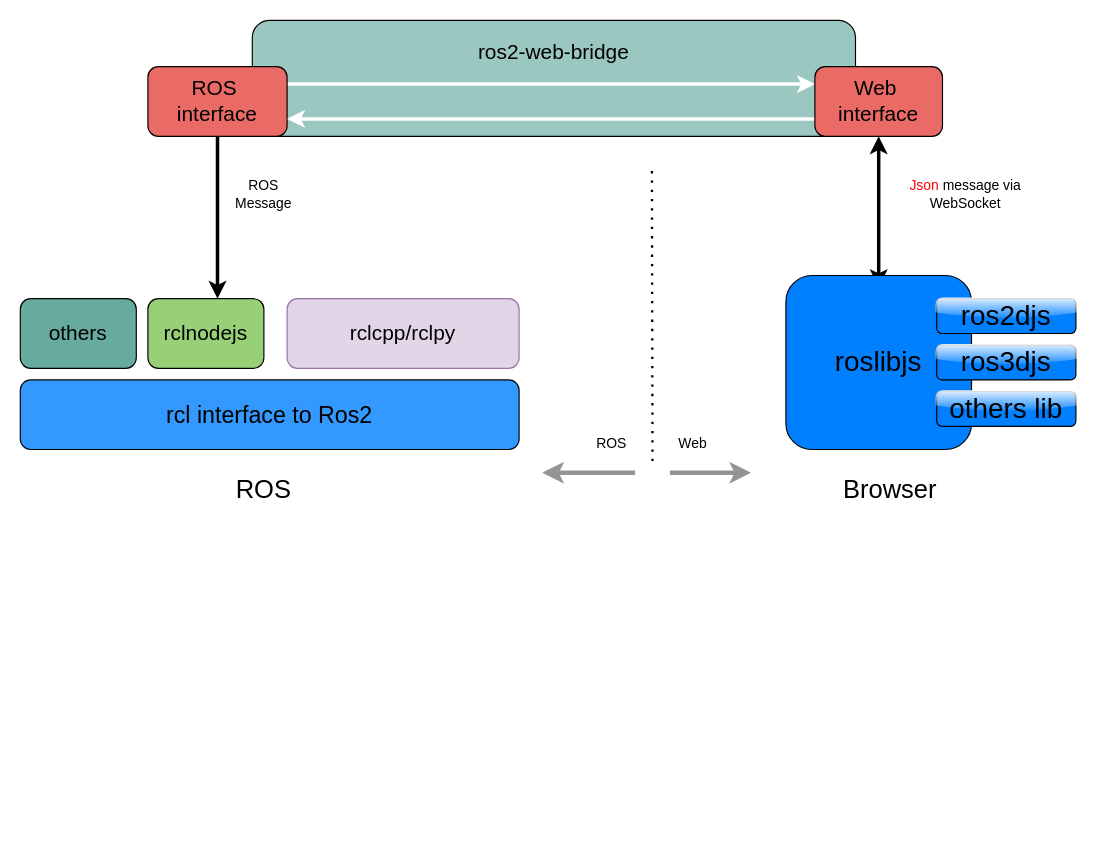
Above: page "rclnodejs" (2 of 7) of ros_client.drawio in ipa-rwu/ros2_web_architecture (draw.io), before the change. Source tidied: cells renumbered, new cells numbered last; positions are measured from the earlier drawing's top-left corner, leaving out a move shared by most shapes. Both pictures are drawn from the tidied source at 116%, with x=0, y=0 at pixel (20, 20).
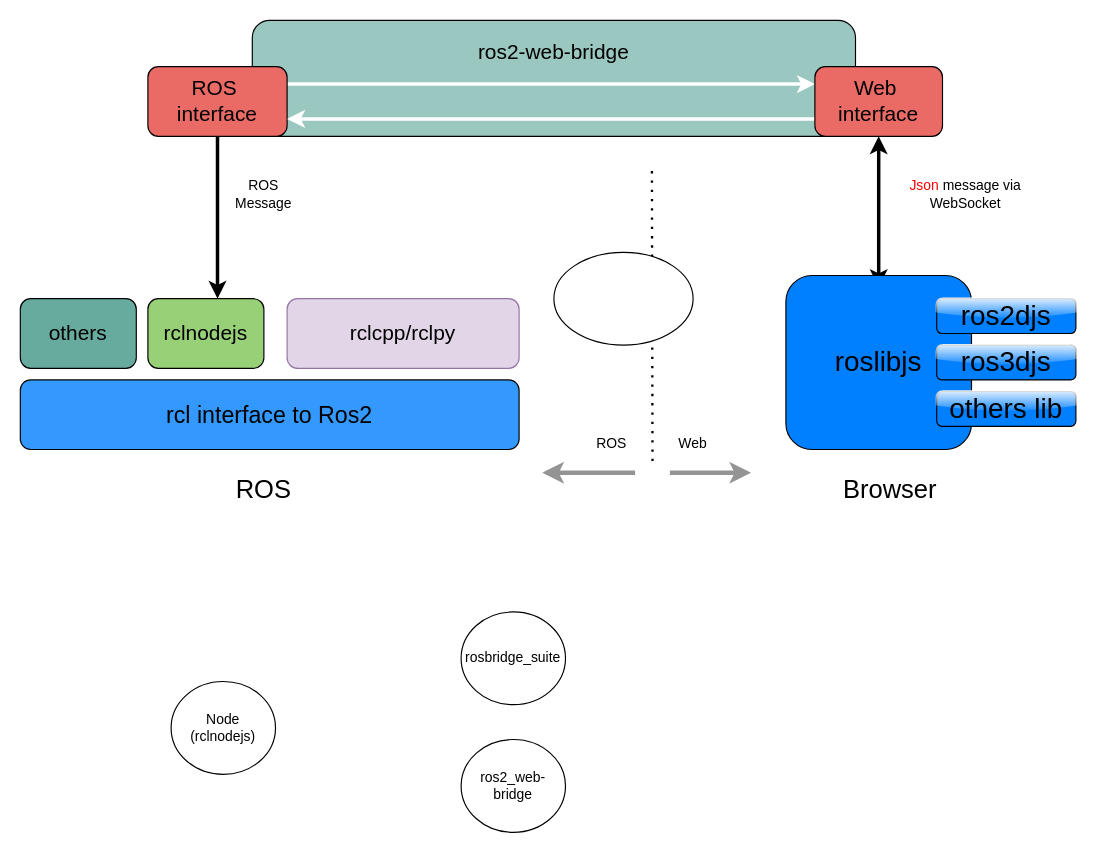
The same page after the edit.

What changed in the source:
```diff
@@
+    <mxCell id="26" style="ellipse;whiteSpace=wrap;html=1;" parent="1" vertex="1">
+      <mxGeometry x="460" y="200" width="120" height="80" as="geometry" />
+    </mxCell>
+    <mxCell id="27" value="Node (rclnodejs)" style="ellipse;whiteSpace=wrap;html=1;" parent="1" vertex="1">
+      <mxGeometry x="130" y="570" width="90" height="80" as="geometry" />
+    </mxCell>
+    <mxCell id="28" value="rosbridge_suite" style="ellipse;whiteSpace=wrap;html=1;" parent="1" vertex="1">
+      <mxGeometry x="380" y="510" width="90" height="80" as="geometry" />
+    </mxCell>
+    <mxCell id="29" value="ros2_web-bridge" style="ellipse;whiteSpace=wrap;html=1;" parent="1" vertex="1">
+      <mxGeometry x="380" y="620" width="90" height="80" as="geometry" />
+    </mxCell>
```
